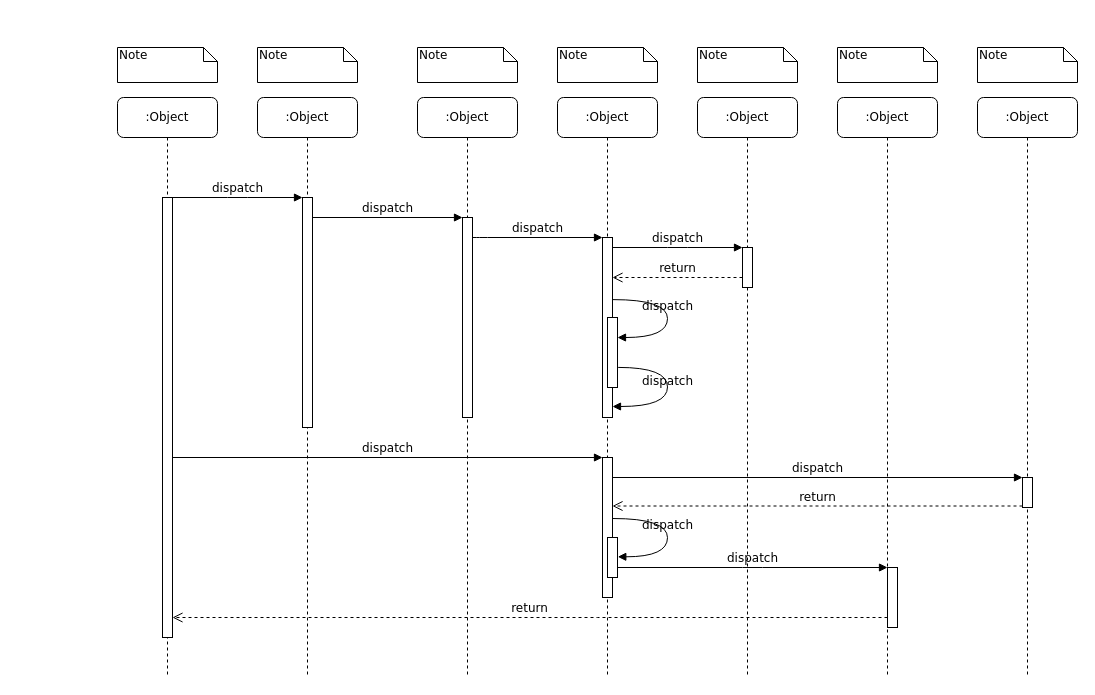
khoramian/TahDig_SoftwareEngineering keeps this draw.io diagram as sequence diagram.drawio. Above is the earlier version. Source tidied: cells renumbered, new cells numbered last; positions are measured from the earlier drawing's top-left corner, leaving out a move shared by most shapes. Both pictures are drawn from the tidied source at 100%, with x=0, y=0 at pixel (117, 47).
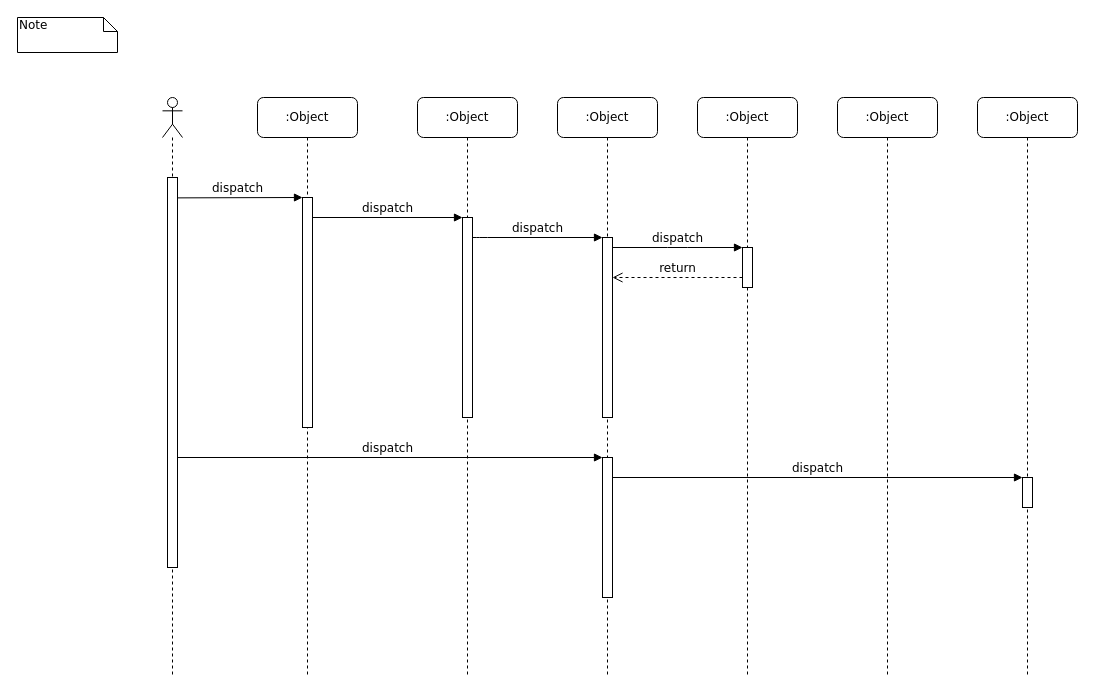
After the change.

Unchanged cells that the change refers to:
```xml
<mxCell id="3" style="html=1;points=[];perimeter=orthogonalPerimeter;rounded=0;shadow=0;comic=0;labelBackgroundColor=none;strokeWidth=1;fontFamily=Verdana;fontSize=12;align=center;" parent="2" vertex="1">
  <mxGeometry x="45" y="100" width="10" height="230" as="geometry" />
</mxCell>
<mxCell id="12" style="html=1;points=[];perimeter=orthogonalPerimeter;rounded=0;shadow=0;comic=0;labelBackgroundColor=none;strokeWidth=1;fontFamily=Verdana;fontSize=12;align=center;" parent="1" vertex="1">
  <mxGeometry x="485" y="190" width="10" height="180" as="geometry" />
</mxCell>
<mxCell id="17" style="html=1;points=[];perimeter=orthogonalPerimeter;rounded=0;shadow=0;comic=0;labelBackgroundColor=none;strokeWidth=1;fontFamily=Verdana;fontSize=12;align=center;" parent="1" vertex="1">
  <mxGeometry x="485" y="410" width="10" height="140" as="geometry" />
</mxCell>
<mxCell id="19" style="html=1;points=[];perimeter=orthogonalPerimeter;rounded=0;shadow=0;comic=0;labelBackgroundColor=none;strokeColor=#000000;strokeWidth=1;fillColor=#FFFFFF;fontFamily=Verdana;fontSize=12;fontColor=#000000;align=center;" parent="1" vertex="1">
  <mxGeometry x="905" y="430" width="10" height="30" as="geometry" />
</mxCell>
```

What changed in the source:
```diff
@@
-    <mxCell id="10" value=":Object" style="shape=umlLifeline;perimeter=lifelinePerimeter;whiteSpace=wrap;html=1;rounded=1;shadow=0;comic=0;labelBackgroundColor=none;strokeWidth=1;fontFamily=Verdana;fontSize=12;align=center;" parent="1" vertex="1">
-      <mxGeometry y="50" width="100" height="580" as="geometry" />
-    </mxCell>
-    <mxCell id="11" style="html=1;points=[];perimeter=orthogonalPerimeter;rounded=0;shadow=0;comic=0;labelBackgroundColor=none;strokeWidth=1;fontFamily=Verdana;fontSize=12;align=center;" parent="10" vertex="1">
-      <mxGeometry x="45" y="100" width="10" height="440" as="geometry" />
-    </mxCell>
@@
-    <mxCell id="18" value="dispatch" style="html=1;verticalAlign=bottom;endArrow=block;entryX=0;entryY=0;labelBackgroundColor=none;fontFamily=Verdana;fontSize=12;" parent="1" edge="1" source="11" target="17">
-      <mxGeometry relative="1" as="geometry" />
+    <mxCell id="18" value="dispatch" style="html=1;verticalAlign=bottom;endArrow=block;entryX=0;entryY=0;labelBackgroundColor=none;fontFamily=Verdana;fontSize=12;" parent="1" edge="1" target="17">
+      <mxGeometry relative="1" as="geometry">
+        <mxPoint x="55" y="410" as="sourcePoint" />
+      </mxGeometry>
     </mxCell>
@@
-    <mxCell id="21" value="return" style="html=1;verticalAlign=bottom;endArrow=open;dashed=1;endSize=8;exitX=0;exitY=0.95;labelBackgroundColor=none;fontFamily=Verdana;fontSize=12;" parent="1" edge="1" source="19" target="17">
-      <mxGeometry relative="1" as="geometry" />
-    </mxCell>
-    <mxCell id="22" style="html=1;points=[];perimeter=orthogonalPerimeter;rounded=0;shadow=0;comic=0;labelBackgroundColor=none;strokeWidth=1;fontFamily=Verdana;fontSize=12;align=center;" parent="1" vertex="1">
-      <mxGeometry x="770" y="520" width="10" height="60" as="geometry" />
-    </mxCell>
-    <mxCell id="23" value="dispatch" style="html=1;verticalAlign=bottom;endArrow=block;entryX=0;entryY=0;labelBackgroundColor=none;fontFamily=Verdana;fontSize=12;edgeStyle=elbowEdgeStyle;elbow=vertical;" parent="1" edge="1" source="30" target="22">
-      <mxGeometry relative="1" as="geometry" />
-    </mxCell>
-    <mxCell id="24" value="return" style="html=1;verticalAlign=bottom;endArrow=open;dashed=1;endSize=8;labelBackgroundColor=none;fontFamily=Verdana;fontSize=12;edgeStyle=elbowEdgeStyle;elbow=vertical;" parent="1" edge="1" source="22" target="11">
-      <mxGeometry relative="1" as="geometry">
-        <Array as="points">
-          <mxPoint x="470" y="570" />
-        </Array>
-      </mxGeometry>
-    </mxCell>
-    <mxCell id="25" value="dispatch" style="html=1;verticalAlign=bottom;endArrow=block;entryX=0;entryY=0;labelBackgroundColor=none;fontFamily=Verdana;fontSize=12;edgeStyle=elbowEdgeStyle;elbow=vertical;" parent="1" edge="1" source="11" target="3">
-      <mxGeometry relative="1" as="geometry" />
+    <mxCell id="25" value="dispatch" style="html=1;verticalAlign=bottom;endArrow=block;entryX=0;entryY=0;labelBackgroundColor=none;fontFamily=Verdana;fontSize=12;edgeStyle=elbowEdgeStyle;elbow=vertical;" parent="1" edge="1" target="3">
+      <mxGeometry relative="1" as="geometry">
+        <mxPoint x="55" y="150.4" as="sourcePoint" />
+      </mxGeometry>
     </mxCell>
@@
-    <mxCell id="27" style="html=1;points=[];perimeter=orthogonalPerimeter;rounded=0;shadow=0;comic=0;labelBackgroundColor=none;strokeWidth=1;fontFamily=Verdana;fontSize=12;align=center;" parent="1" vertex="1">
-      <mxGeometry x="490" y="270" width="10" height="70" as="geometry" />
-    </mxCell>
-    <mxCell id="28" value="dispatch" style="html=1;verticalAlign=bottom;endArrow=block;labelBackgroundColor=none;fontFamily=Verdana;fontSize=12;elbow=vertical;edgeStyle=orthogonalEdgeStyle;curved=1;entryX=1;entryY=0.286;entryPerimeter=0;exitX=1.038;exitY=0.345;exitPerimeter=0;" parent="1" edge="1" source="12" target="27">
-      <mxGeometry relative="1" as="geometry">
-        <Array as="points">
-          <mxPoint x="550" y="252" />
-          <mxPoint x="550" y="290" />
-        </Array>
-      </mxGeometry>
-    </mxCell>
-    <mxCell id="29" value="dispatch" style="html=1;verticalAlign=bottom;endArrow=block;labelBackgroundColor=none;fontFamily=Verdana;fontSize=12;elbow=vertical;edgeStyle=orthogonalEdgeStyle;curved=1;exitX=1.066;exitY=0.713;exitPerimeter=0;" parent="1" edge="1" source="27">
-      <mxGeometry relative="1" as="geometry">
-        <mxPoint x="495" y="359" as="targetPoint" />
-        <Array as="points">
-          <mxPoint x="550" y="320" />
-          <mxPoint x="550" y="359" />
-        </Array>
-      </mxGeometry>
-    </mxCell>
-    <mxCell id="30" style="html=1;points=[];perimeter=orthogonalPerimeter;rounded=0;shadow=0;comic=0;labelBackgroundColor=none;strokeWidth=1;fontFamily=Verdana;fontSize=12;align=center;" parent="1" vertex="1">
-      <mxGeometry x="490" y="490" width="10" height="40" as="geometry" />
-    </mxCell>
-    <mxCell id="31" value="dispatch" style="html=1;verticalAlign=bottom;endArrow=block;labelBackgroundColor=none;fontFamily=Verdana;fontSize=12;elbow=vertical;edgeStyle=orthogonalEdgeStyle;curved=1;entryX=1;entryY=0.286;entryPerimeter=0;exitX=1.038;exitY=0.345;exitPerimeter=0;" parent="1" edge="1">
-      <mxGeometry relative="1" as="geometry">
-        <mxPoint x="495.3" y="471" as="sourcePoint" />
-        <mxPoint x="500.3" y="509.3" as="targetPoint" />
-        <Array as="points">
-          <mxPoint x="550" y="471" />
-          <mxPoint x="550" y="509" />
-        </Array>
-      </mxGeometry>
-    </mxCell>
     <mxCell id="32" value="Note" style="shape=note;whiteSpace=wrap;html=1;size=14;verticalAlign=top;align=left;spacingTop=-6;rounded=0;shadow=0;comic=0;labelBackgroundColor=none;strokeWidth=1;fontFamily=Verdana;fontSize=12;" parent="1" vertex="1">
-      <mxGeometry width="100" height="35" as="geometry" />
+      <mxGeometry x="-100" y="-30" width="100" height="35" as="geometry" />
     </mxCell>
-    <mxCell id="33" value="Note" style="shape=note;whiteSpace=wrap;html=1;size=14;verticalAlign=top;align=left;spacingTop=-6;rounded=0;shadow=0;comic=0;labelBackgroundColor=none;strokeWidth=1;fontFamily=Verdana;fontSize=12;" parent="1" vertex="1">
-      <mxGeometry x="140" width="100" height="35" as="geometry" />
-    </mxCell>
-    <mxCell id="34" value="Note" style="shape=note;whiteSpace=wrap;html=1;size=14;verticalAlign=top;align=left;spacingTop=-6;rounded=0;shadow=0;comic=0;labelBackgroundColor=none;strokeWidth=1;fontFamily=Verdana;fontSize=12;" parent="1" vertex="1">
-      <mxGeometry x="300" width="100" height="35" as="geometry" />
-    </mxCell>
-    <mxCell id="35" value="Note" style="shape=note;whiteSpace=wrap;html=1;size=14;verticalAlign=top;align=left;spacingTop=-6;rounded=0;shadow=0;comic=0;labelBackgroundColor=none;strokeWidth=1;fontFamily=Verdana;fontSize=12;" parent="1" vertex="1">
-      <mxGeometry x="440" width="100" height="35" as="geometry" />
-    </mxCell>
-    <mxCell id="36" value="Note" style="shape=note;whiteSpace=wrap;html=1;size=14;verticalAlign=top;align=left;spacingTop=-6;rounded=0;shadow=0;comic=0;labelBackgroundColor=none;strokeWidth=1;fontFamily=Verdana;fontSize=12;" parent="1" vertex="1">
-      <mxGeometry x="580" width="100" height="35" as="geometry" />
-    </mxCell>
-    <mxCell id="37" value="Note" style="shape=note;whiteSpace=wrap;html=1;size=14;verticalAlign=top;align=left;spacingTop=-6;rounded=0;shadow=0;comic=0;labelBackgroundColor=none;strokeWidth=1;fontFamily=Verdana;fontSize=12;" parent="1" vertex="1">
-      <mxGeometry x="720" width="100" height="35" as="geometry" />
-    </mxCell>
-    <mxCell id="38" value="Note" style="shape=note;whiteSpace=wrap;html=1;size=14;verticalAlign=top;align=left;spacingTop=-6;rounded=0;shadow=0;comic=0;labelBackgroundColor=none;strokeWidth=1;fontFamily=Verdana;fontSize=12;" parent="1" vertex="1">
-      <mxGeometry x="860" width="100" height="35" as="geometry" />
-    </mxCell>
+    <mxCell id="39" style="shape=umlLifeline;participant=umlActor;perimeter=lifelinePerimeter;whiteSpace=wrap;html=1;verticalAlign=top;spacingTop=36;" parent="1" vertex="1">
+      <mxGeometry x="45" y="50" width="20" height="580" as="geometry" />
+    </mxCell>
+    <mxCell id="40" style="html=1;perimeter=orthogonalPerimeter;" parent="39" vertex="1">
+      <mxGeometry x="5" y="80" width="10" height="390" as="geometry" />
+    </mxCell>
```
